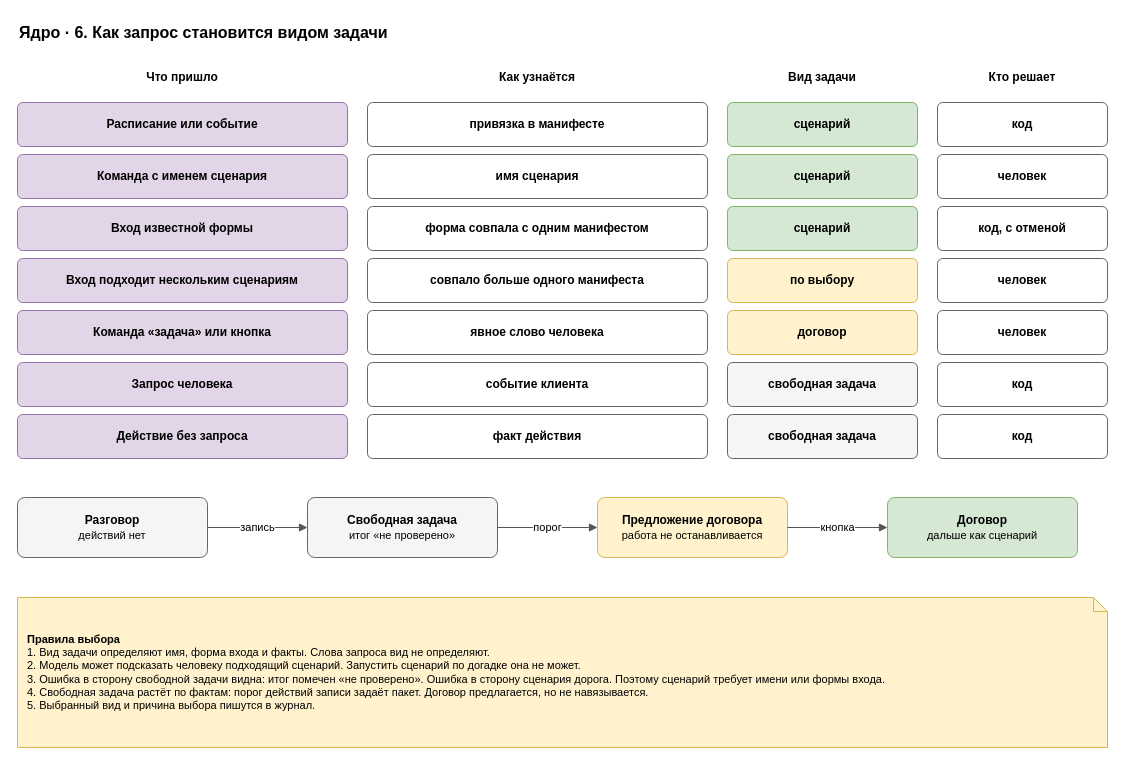
Above: page "4. Вид задачи" (4 of 24) of docs/spec/harness-spec.drawio in roygkov/reins (draw.io), before the change. Source tidied: cells renumbered, new cells numbered last; positions are measured from the earlier drawing's top-left corner, leaving out a move shared by most shapes. Both pictures are drawn from the tidied source at 100%, with x=0, y=0 at pixel (17, 17).
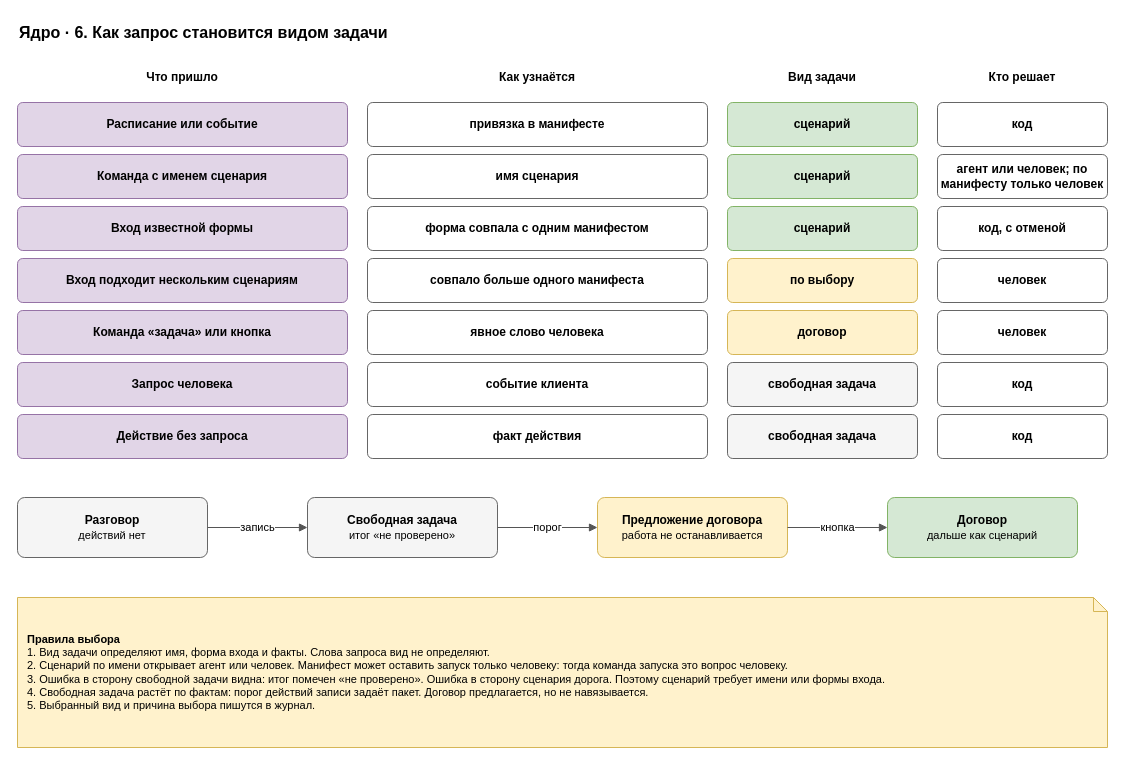
Above is the later version.

What changed in the source:
```diff
@@
-    <mxCell id="14" value="&lt;b&gt;человек&lt;/b&gt;" style="rounded=1;whiteSpace=wrap;html=1;fillColor=#ffffff;strokeColor=#666666;arcSize=12;fontStyle=0;" parent="1" vertex="1">
+    <mxCell id="14" value="&lt;b&gt;агент или человек; по манифесту только человек&lt;/b&gt;" style="rounded=1;whiteSpace=wrap;html=1;fillColor=#ffffff;strokeColor=#666666;arcSize=12;fontStyle=0;" parent="1" vertex="1">
       <mxGeometry x="920" y="137" width="170" height="44" as="geometry" />
     </mxCell>
@@
-    <mxCell id="42" value="&lt;b&gt;Правила выбора&lt;/b&gt;&lt;br&gt;1. Вид задачи определяют имя, форма входа и факты. Слова запроса вид не определяют.&lt;br&gt;2. Модель может подсказать человеку подходящий сценарий. Запустить сценарий по догадке она не может.&lt;br&gt;3. Ошибка в сторону свободной задачи видна: итог помечен «не проверено». Ошибка в сторону сценария дорога. Поэтому сценарий требует имени или формы входа.&lt;br&gt;4. Свободная задача растёт по фактам: порог действий записи задаёт пакет. Договор предлагается, но не навязывается.&lt;br&gt;5. Выбранный вид и причина выбора пишутся в журнал." style="shape=note;whiteSpace=wrap;html=1;backgroundOutline=1;size=14;fillColor=#fff2cc;strokeColor=#d6b656;align=left;spacingLeft=8;spacingRight=8;fontSize=11;" parent="1" vertex="1">
+    <mxCell id="42" value="&lt;b&gt;Правила выбора&lt;/b&gt;&lt;br&gt;1. Вид задачи определяют имя, форма входа и факты. Слова запроса вид не определяют.&lt;br&gt;2. Сценарий по имени открывает агент или человек. Манифест может оставить запуск только человеку: тогда команда запуска это вопрос человеку.&lt;br&gt;3. Ошибка в сторону свободной задачи видна: итог помечен «не проверено». Ошибка в сторону сценария дорога. Поэтому сценарий требует имени или формы входа.&lt;br&gt;4. Свободная задача растёт по фактам: порог действий записи задаёт пакет. Договор предлагается, но не навязывается.&lt;br&gt;5. Выбранный вид и причина выбора пишутся в журнал." style="shape=note;whiteSpace=wrap;html=1;backgroundOutline=1;size=14;fillColor=#fff2cc;strokeColor=#d6b656;align=left;spacingLeft=8;spacingRight=8;fontSize=11;" parent="1" vertex="1">
       <mxGeometry y="580" width="1090" height="150" as="geometry" />
     </mxCell>
```
